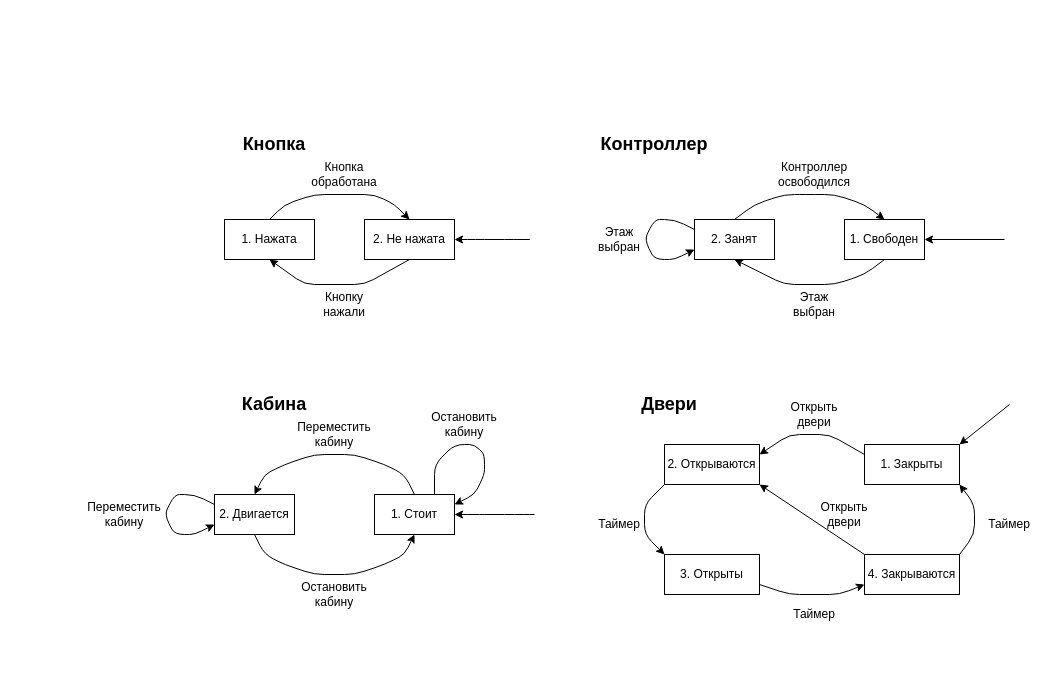
Before: lab_04/Diagrams.drawio in Inspirate789/BMSTU-OOP-CPP, a draw.io diagram. Source tidied: cells renumbered, new cells numbered last; positions are measured from the earlier drawing's top-left corner, leaving out a move shared by most shapes. Both pictures are drawn from the tidied source at 100%, with x=0, y=0 at pixel (104, 134).
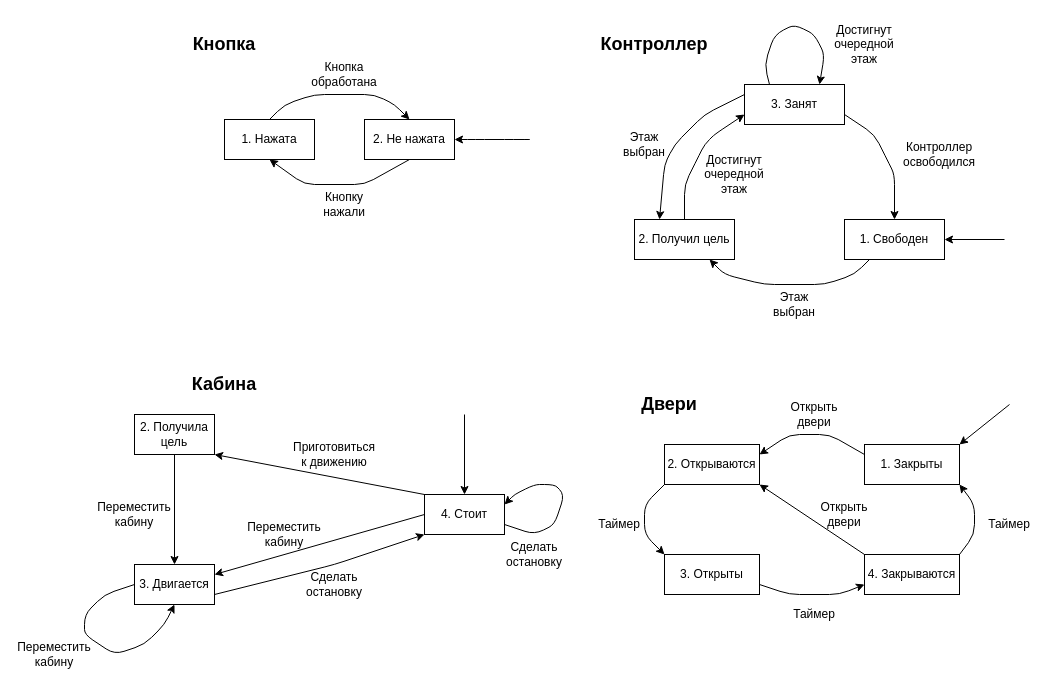
The same diagram, later.

Diff of the diagram source:
```diff
@@
     <mxCell id="2" style="endArrow=classic;html=1;entryX=0.5;entryY=0;entryDx=0;entryDy=0;exitX=0.5;exitY=0;exitDx=0;exitDy=0;" parent="1" edge="1" source="29" target="28">
       <mxGeometry relative="1" as="geometry">
         <Array as="points">
-          <mxPoint x="180" y="70" />
-          <mxPoint x="210" y="60" />
-          <mxPoint x="270" y="60" />
-          <mxPoint x="290" y="70" />
+          <mxPoint x="180" y="-30" />
+          <mxPoint x="210" y="-40" />
+          <mxPoint x="270" y="-40" />
+          <mxPoint x="290" y="-30" />
         </Array>
       </mxGeometry>
     </mxCell>
     <mxCell id="3" style="endArrow=classic;html=1;exitX=0.5;exitY=1;exitDx=0;exitDy=0;entryX=0.5;entryY=1;entryDx=0;entryDy=0;" parent="1" edge="1" source="28" target="29">
       <mxGeometry relative="1" as="geometry">
         <Array as="points">
-          <mxPoint x="260" y="150" />
-          <mxPoint x="200" y="150" />
+          <mxPoint x="260" y="50" />
+          <mxPoint x="200" y="50" />
         </Array>
       </mxGeometry>
     </mxCell>
     <mxCell id="4" value="&lt;b&gt;&lt;font style=&quot;font-size: 18px&quot;&gt;Кнопка&lt;/font&gt;&lt;/b&gt;" style="text;html=1;strokeColor=none;fillColor=none;align=center;verticalAlign=middle;whiteSpace=wrap;rounded=0;" parent="1" vertex="1">
-      <mxGeometry x="150" width="40" height="20" as="geometry" />
+      <mxGeometry x="100" y="-100" width="40" height="20" as="geometry" />
     </mxCell>
     <mxCell id="5" value="Кнопку нажали" style="text;html=1;strokeColor=none;fillColor=none;align=center;verticalAlign=middle;whiteSpace=wrap;rounded=0;" parent="1" vertex="1">
-      <mxGeometry x="220" y="160" width="40" height="20" as="geometry" />
+      <mxGeometry x="220" y="60" width="40" height="20" as="geometry" />
     </mxCell>
     <mxCell id="6" value="&lt;font style=&quot;font-size: 18px&quot;&gt;&lt;b&gt;Контроллер&lt;/b&gt;&lt;/font&gt;" style="text;html=1;strokeColor=none;fillColor=none;align=center;verticalAlign=middle;whiteSpace=wrap;rounded=0;" parent="1" vertex="1">
-      <mxGeometry x="530" width="40" height="20" as="geometry" />
+      <mxGeometry x="530" y="-100" width="40" height="20" as="geometry" />
     </mxCell>
-    <mxCell id="7" style="endArrow=classic;html=1;entryX=0.5;entryY=0;entryDx=0;entryDy=0;exitX=0.5;exitY=0;exitDx=0;exitDy=0;" parent="1" edge="1" source="26" target="27">
-      <mxGeometry relative="1" as="geometry">
-        <Array as="points">
-          <mxPoint x="650" y="70" />
-          <mxPoint x="680" y="60" />
-          <mxPoint x="700" y="60" />
-          <mxPoint x="730" y="60" />
-          <mxPoint x="760" y="70" />
-        </Array>
-      </mxGeometry>
-    </mxCell>
-    <mxCell id="8" style="endArrow=classic;html=1;exitX=0.5;exitY=1;exitDx=0;exitDy=0;entryX=0.5;entryY=1;entryDx=0;entryDy=0;" parent="1" edge="1" source="27" target="26">
+    <mxCell id="8" style="endArrow=classic;html=1;exitX=0.25;exitY=1;exitDx=0;exitDy=0;entryX=0.75;entryY=1;entryDx=0;entryDy=0;" parent="1" edge="1" source="27" target="26">
       <mxGeometry relative="1" as="geometry">
         <Array as="points">
-          <mxPoint x="760" y="140" />
-          <mxPoint x="730" y="150" />
-          <mxPoint x="680" y="150" />
-          <mxPoint x="660" y="140" />
+          <mxPoint x="750" y="140" />
+          <mxPoint x="720" y="150" />
+          <mxPoint x="660" y="150" />
+          <mxPoint x="620" y="140" />
         </Array>
       </mxGeometry>
     </mxCell>
     <mxCell id="9" value="&lt;b&gt;&lt;font style=&quot;font-size: 18px&quot;&gt;Кабина&lt;/font&gt;&lt;/b&gt;" style="text;html=1;strokeColor=none;fillColor=none;align=center;verticalAlign=middle;whiteSpace=wrap;rounded=0;" parent="1" vertex="1">
-      <mxGeometry x="150" y="260" width="40" height="20" as="geometry" />
+      <mxGeometry x="100" y="240" width="40" height="20" as="geometry" />
     </mxCell>
-    <mxCell id="10" style="endArrow=classic;html=1;exitX=0.5;exitY=1;exitDx=0;exitDy=0;entryX=0.5;entryY=1;entryDx=0;entryDy=0;" parent="1" edge="1" source="20" target="21">
+    <mxCell id="10" style="endArrow=classic;html=1;exitX=0;exitY=0.5;exitDx=0;exitDy=0;entryX=0.5;entryY=1;entryDx=0;entryDy=0;" parent="1" edge="1" source="20" target="20">
       <mxGeometry relative="1" as="geometry">
         <Array as="points">
-          <mxPoint x="160" y="420" />
-          <mxPoint x="180" y="430" />
-          <mxPoint x="210" y="440" />
-          <mxPoint x="250" y="440" />
-          <mxPoint x="280" y="430" />
-          <mxPoint x="300" y="420" />
+          <mxPoint y="460" />
+          <mxPoint x="-20" y="480" />
+          <mxPoint x="-20" y="500" />
+          <mxPoint x="10" y="520" />
+          <mxPoint x="40" y="510" />
+          <mxPoint x="60" y="490" />
         </Array>
       </mxGeometry>
     </mxCell>
@@
-    <mxCell id="20" value="2. Двигается" style="rounded=0;whiteSpace=wrap;html=1;" parent="1" vertex="1">
-      <mxGeometry x="110" y="360" width="80" height="40" as="geometry" />
+    <mxCell id="20" value="3. Двигается" style="rounded=0;whiteSpace=wrap;html=1;" parent="1" vertex="1">
+      <mxGeometry x="30" y="430" width="80" height="40" as="geometry" />
     </mxCell>
-    <mxCell id="21" value="1. Стоит" style="rounded=0;whiteSpace=wrap;html=1;" parent="1" vertex="1">
-      <mxGeometry x="270" y="360" width="80" height="40" as="geometry" />
+    <mxCell id="21" value="4. Стоит" style="rounded=0;whiteSpace=wrap;html=1;" parent="1" vertex="1">
+      <mxGeometry x="320" y="360" width="80" height="40" as="geometry" />
     </mxCell>
@@
-    <mxCell id="26" value="2. Занят" style="rounded=0;whiteSpace=wrap;html=1;" parent="1" vertex="1">
-      <mxGeometry x="590" y="85" width="80" height="40" as="geometry" />
+    <mxCell id="26" value="2. Получил цель" style="rounded=0;whiteSpace=wrap;html=1;" parent="1" vertex="1">
+      <mxGeometry x="530" y="85" width="100" height="40" as="geometry" />
     </mxCell>
     <mxCell id="27" value="1. Свободен" style="rounded=0;whiteSpace=wrap;html=1;" parent="1" vertex="1">
-      <mxGeometry x="740" y="85" width="80" height="40" as="geometry" />
+      <mxGeometry x="740" y="85" width="100" height="40" as="geometry" />
     </mxCell>
     <mxCell id="28" value="2. Не нажата" style="rounded=0;whiteSpace=wrap;html=1;" parent="1" vertex="1">
-      <mxGeometry x="260" y="85" width="90" height="40" as="geometry" />
+      <mxGeometry x="260" y="-15" width="90" height="40" as="geometry" />
     </mxCell>
     <mxCell id="29" value="1. Нажата" style="rounded=0;whiteSpace=wrap;html=1;" parent="1" vertex="1">
-      <mxGeometry x="120" y="85" width="90" height="40" as="geometry" />
+      <mxGeometry x="120" y="-15" width="90" height="40" as="geometry" />
     </mxCell>
-    <mxCell id="30" style="endArrow=classic;html=1;exitX=0.5;exitY=0;exitDx=0;exitDy=0;entryX=0.5;entryY=0;entryDx=0;entryDy=0;" parent="1" edge="1" source="21" target="20">
-      <mxGeometry relative="1" as="geometry">
-        <Array as="points">
-          <mxPoint x="300" y="340" />
-          <mxPoint x="280" y="330" />
-          <mxPoint x="250" y="320" />
-          <mxPoint x="210" y="320" />
-          <mxPoint x="180" y="330" />
-          <mxPoint x="160" y="340" />
-        </Array>
-      </mxGeometry>
-    </mxCell>
     <mxCell id="31" value="Кнопка обработана" style="text;html=1;strokeColor=none;fillColor=none;align=center;verticalAlign=middle;whiteSpace=wrap;rounded=0;" parent="1" vertex="1">
-      <mxGeometry x="220" y="30" width="40" height="20" as="geometry" />
+      <mxGeometry x="220" y="-70" width="40" height="20" as="geometry" />
     </mxCell>
     <mxCell id="32" style="endArrow=classic;html=1;entryX=1;entryY=0.5;entryDx=0;entryDy=0;" parent="1" edge="1" target="28">
       <mxGeometry relative="1" as="geometry">
-        <mxPoint x="410" y="105" as="sourcePoint" />
+        <mxPoint x="410" y="5" as="sourcePoint" />
         <Array as="points">
-          <mxPoint x="430" y="105" />
-          <mxPoint x="410" y="105" />
-          <mxPoint x="370" y="105" />
+          <mxPoint x="430" y="5" />
+          <mxPoint x="410" y="5" />
+          <mxPoint x="370" y="5" />
         </Array>
       </mxGeometry>
     </mxCell>
@@
-    <mxCell id="36" style="endArrow=classic;html=1;entryX=1;entryY=0.5;entryDx=0;entryDy=0;" parent="1" edge="1" target="21">
-      <mxGeometry relative="1" as="geometry">
-        <mxPoint x="430" y="380" as="sourcePoint" />
-        <Array as="points">
-          <mxPoint x="420" y="380" />
-          <mxPoint x="390" y="380" />
-          <mxPoint x="370" y="380" />
-        </Array>
-      </mxGeometry>
-    </mxCell>
-    <mxCell id="37" style="endArrow=classic;html=1;entryX=0;entryY=0.75;entryDx=0;entryDy=0;exitX=0;exitY=0.25;exitDx=0;exitDy=0;" parent="1" edge="1" source="20" target="20">
+    <mxCell id="37" style="endArrow=classic;html=1;entryX=1;entryY=0.25;entryDx=0;entryDy=0;exitX=1;exitY=0.75;exitDx=0;exitDy=0;" parent="1" edge="1" source="21" target="21">
       <mxGeometry relative="1" as="geometry">
         <Array as="points">
-          <mxPoint x="90" y="360" />
-          <mxPoint x="70" y="360" />
-          <mxPoint x="60" y="380" />
-          <mxPoint x="70" y="400" />
-          <mxPoint x="90" y="400" />
+          <mxPoint x="430" y="400" />
+          <mxPoint x="450" y="390" />
+          <mxPoint x="460" y="360" />
+          <mxPoint x="450" y="350" />
+          <mxPoint x="430" y="350" />
+          <mxPoint x="410" y="360" />
         </Array>
       </mxGeometry>
     </mxCell>
     <mxCell id="38" value="Переместить кабину" style="text;html=1;strokeColor=none;fillColor=none;align=center;verticalAlign=middle;whiteSpace=wrap;rounded=0;" parent="1" vertex="1">
-      <mxGeometry x="210" y="290" width="40" height="20" as="geometry" />
+      <mxGeometry x="10" y="370" width="40" height="20" as="geometry" />
     </mxCell>
-    <mxCell id="39" value="Переместить кабину" style="text;html=1;strokeColor=none;fillColor=none;align=center;verticalAlign=middle;whiteSpace=wrap;rounded=0;" parent="1" vertex="1">
-      <mxGeometry y="370" width="40" height="20" as="geometry" />
-    </mxCell>
-    <mxCell id="40" value="Остановить кабину" style="text;html=1;strokeColor=none;fillColor=none;align=center;verticalAlign=middle;whiteSpace=wrap;rounded=0;" parent="1" vertex="1">
-      <mxGeometry x="210" y="450" width="40" height="20" as="geometry" />
+    <mxCell id="40" value="Сделать остановку" style="text;html=1;strokeColor=none;fillColor=none;align=center;verticalAlign=middle;whiteSpace=wrap;rounded=0;" parent="1" vertex="1">
+      <mxGeometry x="410" y="410" width="40" height="20" as="geometry" />
     </mxCell>
     <mxCell id="41" value="Этаж выбран" style="text;html=1;strokeColor=none;fillColor=none;align=center;verticalAlign=middle;whiteSpace=wrap;rounded=0;" parent="1" vertex="1">
-      <mxGeometry x="690" y="160" width="40" height="20" as="geometry" />
+      <mxGeometry x="670" y="160" width="40" height="20" as="geometry" />
     </mxCell>
-    <mxCell id="42" style="endArrow=classic;html=1;entryX=0;entryY=0.75;entryDx=0;entryDy=0;exitX=0;exitY=0.25;exitDx=0;exitDy=0;" parent="1" edge="1" source="26" target="26">
+    <mxCell id="42" style="endArrow=classic;html=1;entryX=0.25;entryY=0;entryDx=0;entryDy=0;exitX=0;exitY=0.25;exitDx=0;exitDy=0;" parent="1" edge="1" source="54" target="26">
       <mxGeometry relative="1" as="geometry">
         <Array as="points">
-          <mxPoint x="570" y="85" />
-          <mxPoint x="550" y="85" />
-          <mxPoint x="540" y="105" />
-          <mxPoint x="550" y="125" />
-          <mxPoint x="570" y="125" />
+          <mxPoint x="600" y="-20" />
+          <mxPoint x="570" y="10" />
+          <mxPoint x="560" y="30" />
         </Array>
       </mxGeometry>
     </mxCell>
     <mxCell id="43" value="Контроллер освободился" style="text;html=1;strokeColor=none;fillColor=none;align=center;verticalAlign=middle;whiteSpace=wrap;rounded=0;" parent="1" vertex="1">
-      <mxGeometry x="690" y="30" width="40" height="20" as="geometry" />
+      <mxGeometry x="815" y="10" width="40" height="20" as="geometry" />
     </mxCell>
-    <mxCell id="44" style="endArrow=classic;html=1;entryX=1;entryY=0.25;entryDx=0;entryDy=0;exitX=0.75;exitY=0;exitDx=0;exitDy=0;" parent="1" edge="1" source="21" target="21">
-      <mxGeometry relative="1" as="geometry">
-        <Array as="points">
-          <mxPoint x="330" y="330" />
-          <mxPoint x="350" y="310" />
-          <mxPoint x="370" y="310" />
-          <mxPoint x="380" y="320" />
-          <mxPoint x="380" y="340" />
-          <mxPoint x="370" y="360" />
-        </Array>
-      </mxGeometry>
+    <mxCell id="44" style="endArrow=classic;html=1;exitX=0;exitY=0;exitDx=0;exitDy=0;entryX=1;entryY=1;entryDx=0;entryDy=0;" parent="1" edge="1" source="21" target="49">
+      <mxGeometry relative="1" as="geometry" />
     </mxCell>
-    <mxCell id="45" value="Остановить кабину" style="text;html=1;strokeColor=none;fillColor=none;align=center;verticalAlign=middle;whiteSpace=wrap;rounded=0;" parent="1" vertex="1">
-      <mxGeometry x="340" y="280" width="40" height="20" as="geometry" />
-    </mxCell>
@@
+    <mxCell id="48" style="edgeStyle=orthogonalEdgeStyle;rounded=0;jettySize=auto;html=1;entryX=0.5;entryY=0;entryDx=0;entryDy=0;" parent="1" edge="1" source="49" target="20">
+      <mxGeometry relative="1" as="geometry" />
+    </mxCell>
+    <mxCell id="49" value="2. Получила цель" style="rounded=0;whiteSpace=wrap;html=1;" parent="1" vertex="1">
+      <mxGeometry x="30" y="280" width="80" height="40" as="geometry" />
+    </mxCell>
+    <mxCell id="50" value="Сделать остановку" style="text;html=1;strokeColor=none;fillColor=none;align=center;verticalAlign=middle;whiteSpace=wrap;rounded=0;" parent="1" vertex="1">
+      <mxGeometry x="210" y="440" width="40" height="20" as="geometry" />
+    </mxCell>
+    <mxCell id="51" value="Переместить кабину" style="text;html=1;strokeColor=none;fillColor=none;align=center;verticalAlign=middle;whiteSpace=wrap;rounded=0;" parent="1" vertex="1">
+      <mxGeometry x="-70" y="510" width="40" height="20" as="geometry" />
+    </mxCell>
+    <mxCell id="52" value="Приготовиться к движению" style="text;html=1;strokeColor=none;fillColor=none;align=center;verticalAlign=middle;whiteSpace=wrap;rounded=0;" parent="1" vertex="1">
+      <mxGeometry x="210" y="310" width="40" height="20" as="geometry" />
+    </mxCell>
+    <mxCell id="53" style="endArrow=classic;html=1;entryX=0.5;entryY=0;entryDx=0;entryDy=0;" parent="1" edge="1" target="21">
+      <mxGeometry relative="1" as="geometry">
+        <mxPoint x="360" y="280" as="sourcePoint" />
+      </mxGeometry>
+    </mxCell>
+    <mxCell id="54" value="3. Занят" style="rounded=0;whiteSpace=wrap;html=1;" parent="1" vertex="1">
+      <mxGeometry x="640" y="-50" width="100" height="40" as="geometry" />
+    </mxCell>
+    <mxCell id="55" style="endArrow=classic;html=1;exitX=0.5;exitY=0;exitDx=0;exitDy=0;entryX=0;entryY=0.75;entryDx=0;entryDy=0;" parent="1" edge="1" source="26" target="54">
+      <mxGeometry relative="1" as="geometry">
+        <Array as="points">
+          <mxPoint x="580" y="50" />
+          <mxPoint x="590" y="30" />
+          <mxPoint x="600" y="10" />
+          <mxPoint x="610" />
+        </Array>
+      </mxGeometry>
+    </mxCell>
     <mxCell id="47" value="Этаж выбран" style="text;html=1;strokeColor=none;fillColor=none;align=center;verticalAlign=middle;whiteSpace=wrap;rounded=0;" parent="1" vertex="1">
-      <mxGeometry x="495" y="95" width="40" height="20" as="geometry" />
+      <mxGeometry x="520" width="40" height="20" as="geometry" />
     </mxCell>
+    <mxCell id="56" style="endArrow=classic;html=1;entryX=0.5;entryY=0;entryDx=0;entryDy=0;exitX=1;exitY=0.75;exitDx=0;exitDy=0;" parent="1" edge="1" source="54" target="27">
+      <mxGeometry relative="1" as="geometry">
+        <Array as="points">
+          <mxPoint x="770" />
+          <mxPoint x="780" y="20" />
+          <mxPoint x="790" y="40" />
+        </Array>
+      </mxGeometry>
+    </mxCell>
+    <mxCell id="57" style="endArrow=classic;html=1;exitX=1;exitY=0.75;exitDx=0;exitDy=0;entryX=0;entryY=1;entryDx=0;entryDy=0;" parent="1" edge="1" source="20" target="21">
+      <mxGeometry relative="1" as="geometry">
+        <Array as="points">
+          <mxPoint x="230" y="430" />
+        </Array>
+      </mxGeometry>
+    </mxCell>
+    <mxCell id="30" style="endArrow=classic;html=1;exitX=0;exitY=0.5;exitDx=0;exitDy=0;entryX=1;entryY=0.25;entryDx=0;entryDy=0;" parent="1" edge="1" source="21" target="20">
+      <mxGeometry relative="1" as="geometry" />
+    </mxCell>
+    <mxCell id="58" value="Переместить кабину" style="text;html=1;strokeColor=none;fillColor=none;align=center;verticalAlign=middle;whiteSpace=wrap;rounded=0;" parent="1" vertex="1">
+      <mxGeometry x="160" y="390" width="40" height="20" as="geometry" />
+    </mxCell>
+    <mxCell id="59" style="endArrow=classic;html=1;exitX=0.25;exitY=0;exitDx=0;exitDy=0;entryX=0.75;entryY=0;entryDx=0;entryDy=0;" parent="1" edge="1" source="54" target="54">
+      <mxGeometry relative="1" as="geometry">
+        <Array as="points">
+          <mxPoint x="660" y="-70" />
+          <mxPoint x="670" y="-100" />
+          <mxPoint x="690" y="-110" />
+          <mxPoint x="710" y="-100" />
+          <mxPoint x="720" y="-80" />
+        </Array>
+      </mxGeometry>
+    </mxCell>
+    <mxCell id="60" value="Достигнут очередной этаж" style="text;html=1;strokeColor=none;fillColor=none;align=center;verticalAlign=middle;whiteSpace=wrap;rounded=0;" parent="1" vertex="1">
+      <mxGeometry x="740" y="-100" width="40" height="20" as="geometry" />
+    </mxCell>
+    <mxCell id="61" value="Достигнут очередной этаж" style="text;html=1;strokeColor=none;fillColor=none;align=center;verticalAlign=middle;whiteSpace=wrap;rounded=0;" parent="1" vertex="1">
+      <mxGeometry x="610" y="30" width="40" height="20" as="geometry" />
+    </mxCell>
```
